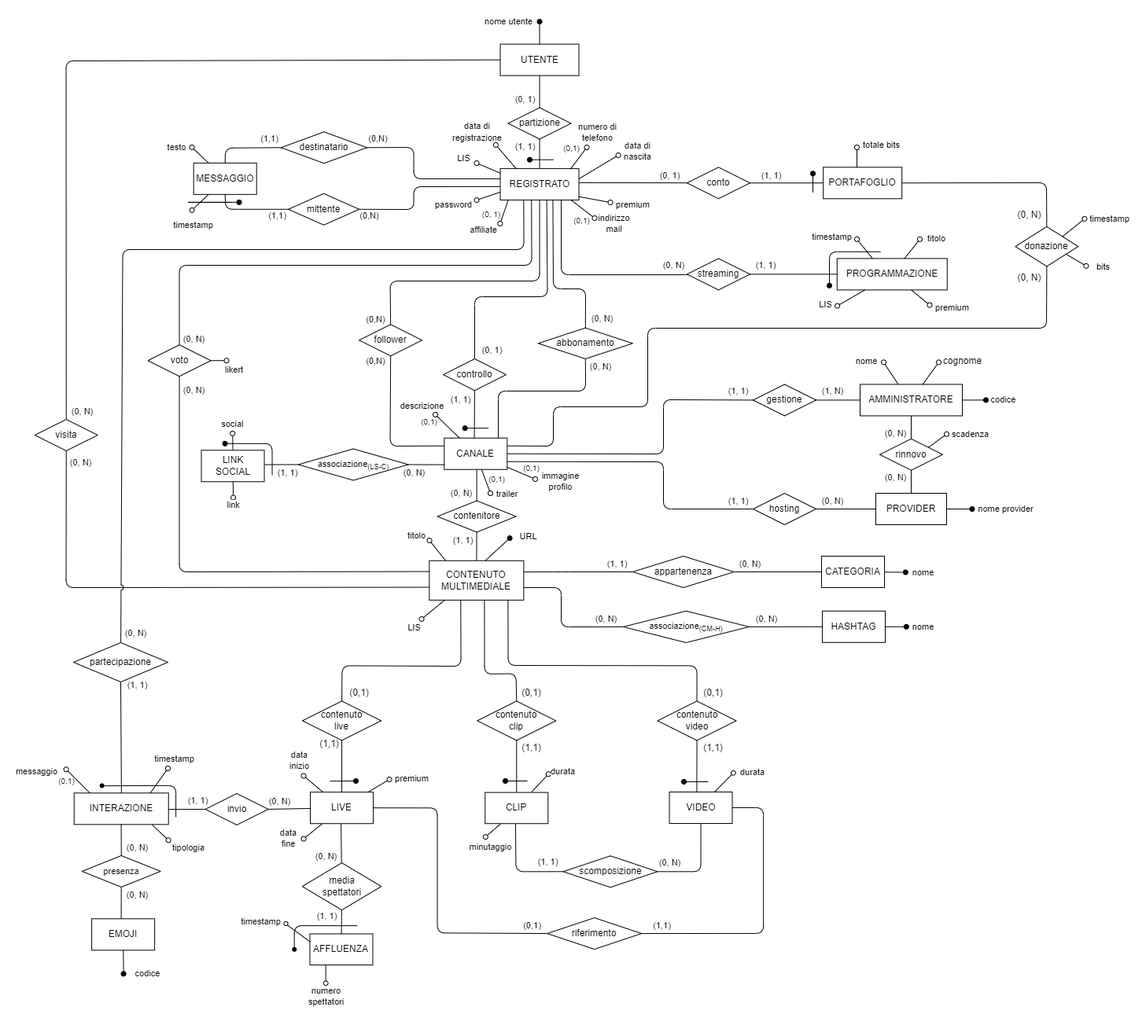
The draw.io diagram Progetto Esame - DBSperimentazioni A.A. 2023-2024/Immagini/2.4 Schema E-R ristrutturato.png in Mattron2000/Basi_di_dati, before a commit. Source tidied: cells renumbered, new cells last; positions are measured from the earlier drawing's top-left corner, leaving out a move shared by most shapes.
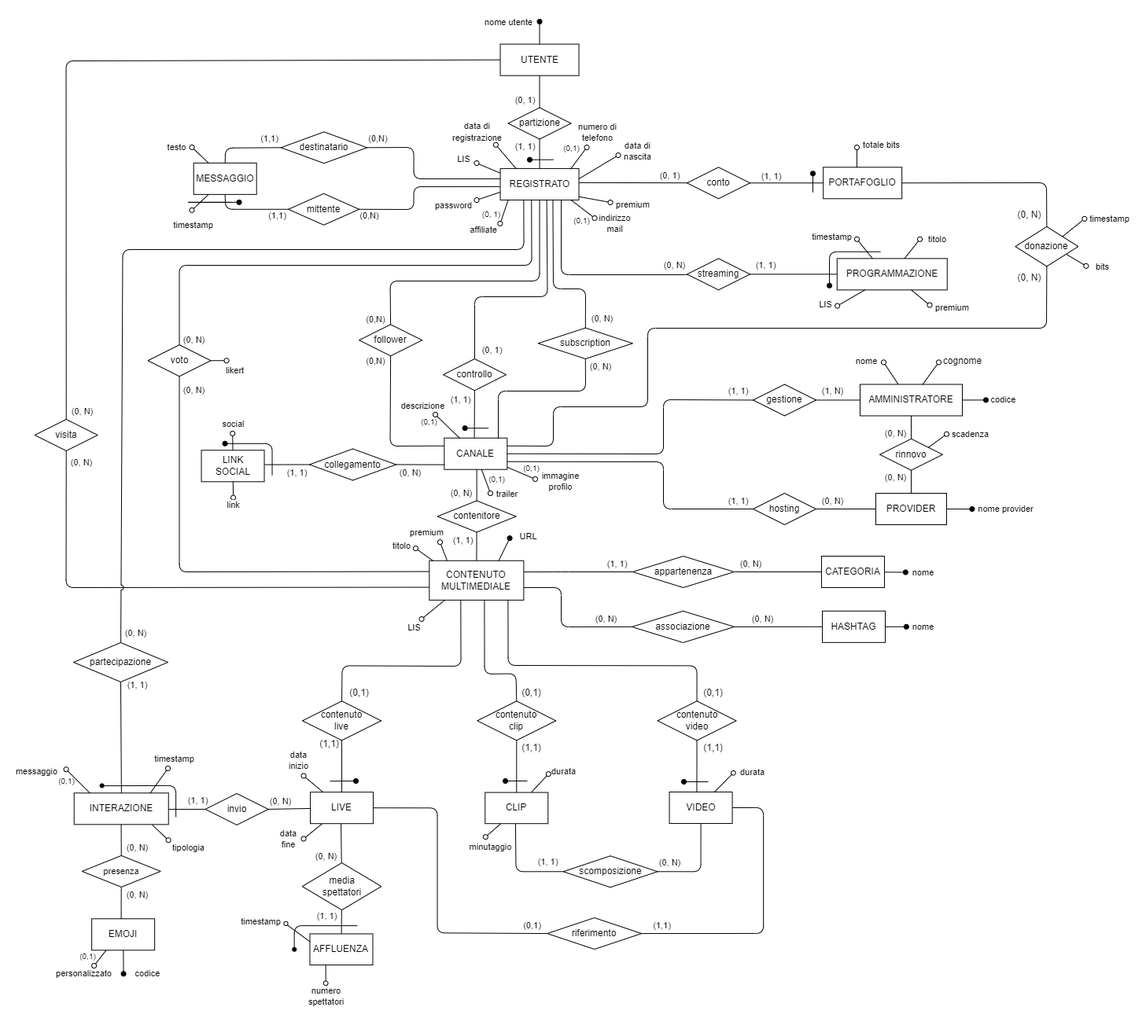
Later version of the same file.

The edit, as a diff of the source:
```diff
@@ -115,7 +115,7 @@
         </Array>
       </mxGeometry>
     </mxCell>
-    <mxCell id="23" value="abbonamento" style="rhombus;whiteSpace=wrap;html=1;" parent="1" vertex="1">
+    <mxCell id="23" value="subscription" style="rhombus;whiteSpace=wrap;html=1;" parent="1" vertex="1">
       <mxGeometry x="639.8" y="389.6" width="120" height="39.4" as="geometry" />
     </mxCell>
     <mxCell id="24" style="edgeStyle=none;jumpStyle=arc;html=1;endArrow=none;endFill=0;startArrow=none;" parent="1" edge="1" source="28" target="26">
@@ -216,7 +216,7 @@
       <mxGeometry x="511.6" y="609.5" width="100" height="40" as="geometry" />
     </mxCell>
     <mxCell id="45" value="(0, N)" style="edgeLabel;html=1;align=center;verticalAlign=middle;fontSize=11;fontFamily=Helvetica;fontColor=default;" parent="1" vertex="1">
-      <mxGeometry x="481.5" y="573.7" as="geometry" />
+      <mxGeometry x="477" y="573.7" as="geometry" />
     </mxCell>
     <mxCell id="46" style="edgeStyle=none;shape=connector;rounded=1;fillStyle=auto;html=1;labelBackgroundColor=default;strokeColor=default;strokeWidth=1;fontFamily=Helvetica;fontSize=11;fontColor=default;endArrow=none;endFill=0;startSize=6;endSize=6;fillColor=#000000;exitX=0;exitY=0.5;exitDx=0;exitDy=0;" parent="1" edge="1" source="49">
       <mxGeometry relative="1" as="geometry">
@@ -225,14 +225,14 @@
     </mxCell>
     <mxCell id="47" value="(1, 1)" style="edgeLabel;html=1;align=center;verticalAlign=middle;fontSize=11;fontFamily=Helvetica;fontColor=default;" parent="46" vertex="1">
       <mxGeometry x="0.43" y="1" relative="1" as="geometry">
-        <mxPoint x="17" y="9" as="offset" />
+        <mxPoint x="24" y="9" as="offset" />
       </mxGeometry>
     </mxCell>
     <mxCell id="48" style="edgeStyle=none;html=1;endArrow=none;endFill=0;exitX=1;exitY=0.5;exitDx=0;exitDy=0;entryX=0.006;entryY=0.848;entryDx=0;entryDy=0;entryPerimeter=0;" parent="1" edge="1" source="49" target="12">
       <mxGeometry relative="1" as="geometry" />
     </mxCell>
-    <mxCell id="49" value="&lt;font style=&quot;font-size: 11px;&quot;&gt;associazione&lt;sub style=&quot;&quot;&gt;(LS-C)&lt;/sub&gt;&lt;/font&gt;" style="rhombus;whiteSpace=wrap;html=1;" parent="1" vertex="1">
-      <mxGeometry x="334.8" y="543.5" width="140" height="40" as="geometry" />
+    <mxCell id="49" value="&lt;font style=&quot;font-size: 12px;&quot;&gt;collegamento&lt;/font&gt;" style="rhombus;whiteSpace=wrap;html=1;" parent="1" vertex="1">
+      <mxGeometry x="349" y="543.5" width="110" height="40" as="geometry" />
     </mxCell>
     <mxCell id="50" value="LINK&lt;br&gt;SOCIAL" style="rounded=0;whiteSpace=wrap;html=1;" parent="1" vertex="1">
       <mxGeometry x="211.5" y="545.3" width="80" height="40" as="geometry" />
@@ -283,16 +283,6 @@
         </Array>
       </mxGeometry>
     </mxCell>
-    <mxCell id="59" style="endArrow=oval;html=1;fillStyle=auto;strokeWidth=1;startSize=6;endSize=6;fillColor=#000000;startArrow=none;startFill=0;endFill=0;exitX=0.173;exitY=0.001;exitDx=0;exitDy=0;exitPerimeter=0;" parent="1" edge="1" source="212">
-      <mxGeometry relative="1" as="geometry">
-        <mxPoint x="501.5" y="660" as="targetPoint" />
-      </mxGeometry>
-    </mxCell>
-    <mxCell id="60" value="titolo" style="edgeLabel;html=1;align=center;verticalAlign=middle;" parent="59" vertex="1">
-      <mxGeometry x="0.48" y="1" relative="1" as="geometry">
-        <mxPoint x="-21" y="-14" as="offset" />
-      </mxGeometry>
-    </mxCell>
     <mxCell id="61" style="edgeStyle=none;shape=connector;rounded=1;fillStyle=auto;html=1;labelBackgroundColor=default;strokeColor=default;strokeWidth=1;fontFamily=Helvetica;fontSize=11;fontColor=default;endArrow=none;endFill=0;startSize=6;endSize=6;fillColor=#000000;exitX=1;exitY=0.5;exitDx=0;exitDy=0;entryX=0;entryY=0.5;entryDx=0;entryDy=0;" parent="1" edge="1" source="64" target="65">
       <mxGeometry relative="1" as="geometry" />
     </mxCell>
@@ -633,16 +623,6 @@
         <mxPoint x="25" y="-9" as="offset" />
       </mxGeometry>
     </mxCell>
-    <mxCell id="130" style="edgeStyle=none;shape=connector;rounded=1;fillStyle=auto;html=1;labelBackgroundColor=default;strokeColor=default;strokeWidth=1;fontFamily=Helvetica;fontSize=11;fontColor=default;endArrow=none;endFill=0;startSize=6;endSize=6;fillColor=#000000;startArrow=oval;startFill=0;fontStyle=0;" parent="1" edge="1" target="144">
-      <mxGeometry relative="1" as="geometry">
-        <mxPoint x="450.5" y="964" as="sourcePoint" />
-      </mxGeometry>
-    </mxCell>
-    <mxCell id="131" value="premium" style="edgeLabel;html=1;align=center;verticalAlign=middle;fontSize=11;fontFamily=Helvetica;fontColor=default;" parent="130" vertex="1">
-      <mxGeometry x="-0.26" y="1" relative="1" as="geometry">
-        <mxPoint x="38" y="-8" as="offset" />
-      </mxGeometry>
-    </mxCell>
     <mxCell id="132" style="endArrow=oval;html=1;fillStyle=auto;strokeWidth=1;startSize=6;endSize=6;fillColor=#000000;startArrow=none;startFill=0;endFill=0;fontStyle=0;" parent="1" edge="1" source="144">
       <mxGeometry relative="1" as="geometry">
         <mxPoint x="341.5" y="1039.5" as="targetPoint" />
@@ -976,8 +956,8 @@
     <mxCell id="207" value="(0, N)" style="edgeLabel;html=1;align=center;verticalAlign=middle;strokeColor=#000000;" parent="1" vertex="1">
       <mxGeometry x="725.8" y="759.8" as="geometry" />
     </mxCell>
-    <mxCell id="208" value="&lt;font style=&quot;font-size: 11px;&quot;&gt;associazione&lt;sub style=&quot;&quot;&gt;(CM-H)&lt;/sub&gt;&lt;/font&gt;" style="rhombus;whiteSpace=wrap;html=1;strokeColor=#000000;strokeWidth=1;" parent="1" vertex="1">
-      <mxGeometry x="747.8" y="749.8" width="160" height="40.2" as="geometry" />
+    <mxCell id="208" value="&lt;font style=&quot;font-size: 12px;&quot;&gt;associazione&lt;/font&gt;" style="rhombus;whiteSpace=wrap;html=1;strokeColor=#000000;strokeWidth=1;" parent="1" vertex="1">
+      <mxGeometry x="759" y="749.8" width="130" height="40.2" as="geometry" />
     </mxCell>
     <mxCell id="209" value="HASHTAG" style="rounded=0;whiteSpace=wrap;html=1;" parent="1" vertex="1">
       <mxGeometry x="1001" y="749.8" width="80" height="40" as="geometry" />
@@ -1020,7 +1000,7 @@
     <mxCell id="217" value="&lt;font style=&quot;font-size: 11px;&quot;&gt;timestamp&lt;/font&gt;" style="text;html=1;align=center;verticalAlign=middle;strokeColor=none;fillColor=none;" parent="1" vertex="1">
       <mxGeometry x="977.6" y="258.8" width="70" height="30" as="geometry" />
     </mxCell>
-    <mxCell id="218" style="endArrow=oval;html=1;fillStyle=auto;strokeWidth=1;startSize=6;endSize=6;fillColor=#000000;startArrow=none;startFill=0;endFill=1;exitX=0.595;exitY=-0.005;exitDx=0;exitDy=0;entryX=0.024;entryY=0.571;entryDx=0;entryDy=0;entryPerimeter=0;exitPerimeter=0;" parent="1" edge="1" source="212" target="219">
+    <mxCell id="218" style="endArrow=oval;html=1;fillStyle=auto;strokeWidth=1;startSize=6;endSize=6;fillColor=#000000;startArrow=none;startFill=0;endFill=1;exitX=0.734;exitY=0.005;exitDx=0;exitDy=0;entryX=0.024;entryY=0.571;entryDx=0;entryDy=0;entryPerimeter=0;exitPerimeter=0;" parent="1" edge="1" source="212" target="219">
       <mxGeometry relative="1" as="geometry" />
     </mxCell>
     <mxCell id="219" value="&lt;font style=&quot;font-size: 11px;&quot;&gt;URL&lt;/font&gt;" style="text;html=1;align=center;verticalAlign=middle;points=[];strokeColor=none;fillColor=none;" parent="1" vertex="1">
@@ -1184,5 +1164,41 @@
         </Array>
       </mxGeometry>
     </mxCell>
+    <mxCell id="258" style="edgeStyle=none;shape=connector;rounded=1;fillStyle=auto;html=1;labelBackgroundColor=default;strokeColor=default;strokeWidth=1;fontFamily=Helvetica;fontSize=11;fontColor=default;endArrow=none;endFill=0;startSize=6;endSize=6;fillColor=#000000;startArrow=oval;startFill=0;entryX=0.213;entryY=0.998;entryDx=0;entryDy=0;entryPerimeter=0;" parent="1" edge="1">
+      <mxGeometry relative="1" as="geometry">
+        <mxPoint x="75.2" y="1201" as="sourcePoint" />
+        <mxPoint x="90.5" y="1181.3" as="targetPoint" />
+      </mxGeometry>
+    </mxCell>
+    <mxCell id="259" value="personalizzato" style="edgeLabel;html=1;align=center;verticalAlign=middle;fontSize=11;fontFamily=Helvetica;fontColor=default;" parent="258" vertex="1">
+      <mxGeometry x="-0.26" y="1" relative="1" as="geometry">
+        <mxPoint x="-18" y="18" as="offset" />
+      </mxGeometry>
+    </mxCell>
+    <mxCell id="260" style="endArrow=oval;html=1;fillStyle=auto;strokeWidth=1;startSize=6;endSize=6;fillColor=#000000;startArrow=none;startFill=0;endFill=0;exitX=0.109;exitY=0.001;exitDx=0;exitDy=0;exitPerimeter=0;" parent="1" edge="1">
+      <mxGeometry relative="1" as="geometry">
+        <mxPoint x="505.9" y="685.8" as="sourcePoint" />
+        <mxPoint x="484" y="670.1" as="targetPoint" />
+      </mxGeometry>
+    </mxCell>
+    <mxCell id="60" value="titolo" style="edgeLabel;html=1;align=center;verticalAlign=middle;" parent="260" vertex="1">
+      <mxGeometry x="0.48" y="1" relative="1" as="geometry">
+        <mxPoint x="-23" y="-8" as="offset" />
+      </mxGeometry>
+    </mxCell>
+    <mxCell id="261" style="edgeStyle=none;shape=connector;rounded=1;fillStyle=auto;html=1;labelBackgroundColor=default;strokeColor=default;strokeWidth=1;fontFamily=Helvetica;fontSize=11;fontColor=default;endArrow=none;endFill=0;startSize=6;endSize=6;fillColor=#000000;startArrow=oval;startFill=0;" parent="1" edge="1">
+      <mxGeometry relative="1" as="geometry">
+        <mxPoint x="515" y="662.1" as="sourcePoint" />
+        <mxPoint x="524" y="685.7" as="targetPoint" />
+      </mxGeometry>
+    </mxCell>
+    <mxCell id="131" value="premium" style="edgeLabel;html=1;align=center;verticalAlign=middle;fontSize=11;fontFamily=Helvetica;fontColor=default;" parent="261" vertex="1">
+      <mxGeometry x="-0.26" y="1" relative="1" as="geometry">
+        <mxPoint x="-21" y="-21" as="offset" />
+      </mxGeometry>
+    </mxCell>
+    <mxCell id="262" value="&lt;font style=&quot;font-size: 10px;&quot;&gt;(0,1)&lt;/font&gt;" style="text;html=1;align=center;verticalAlign=middle;strokeColor=none;fillColor=none;" parent="1" vertex="1">
+      <mxGeometry x="47" y="1176" width="39" height="26" as="geometry" />
+    </mxCell>
   </root>
 </mxGraphModel>
```
